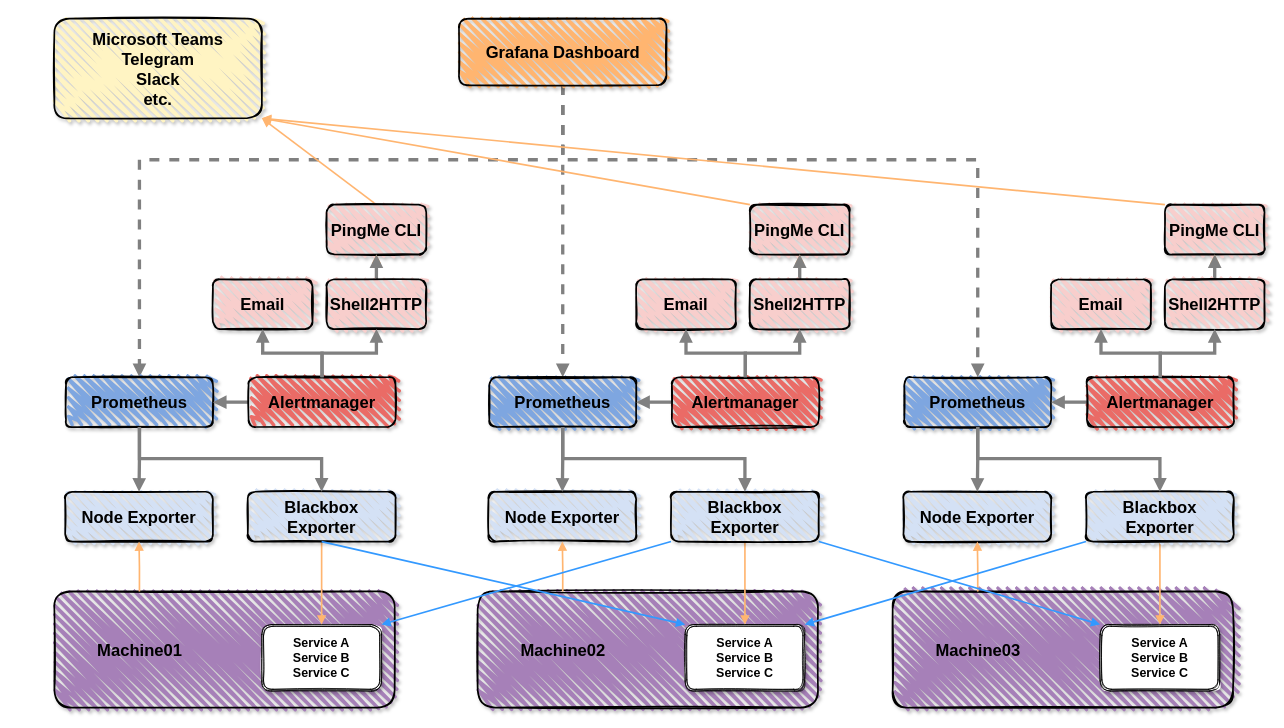
Above: docs/architecture.drawio in matbgn/prommanager (draw.io), before the change. Source tidied: cells renumbered, new cells numbered last; positions are measured from the earlier drawing's top-left corner, leaving out a move shared by most shapes. Both pictures are drawn from the tidied source at 83%, with x=0, y=0 at pixel (54, 18).
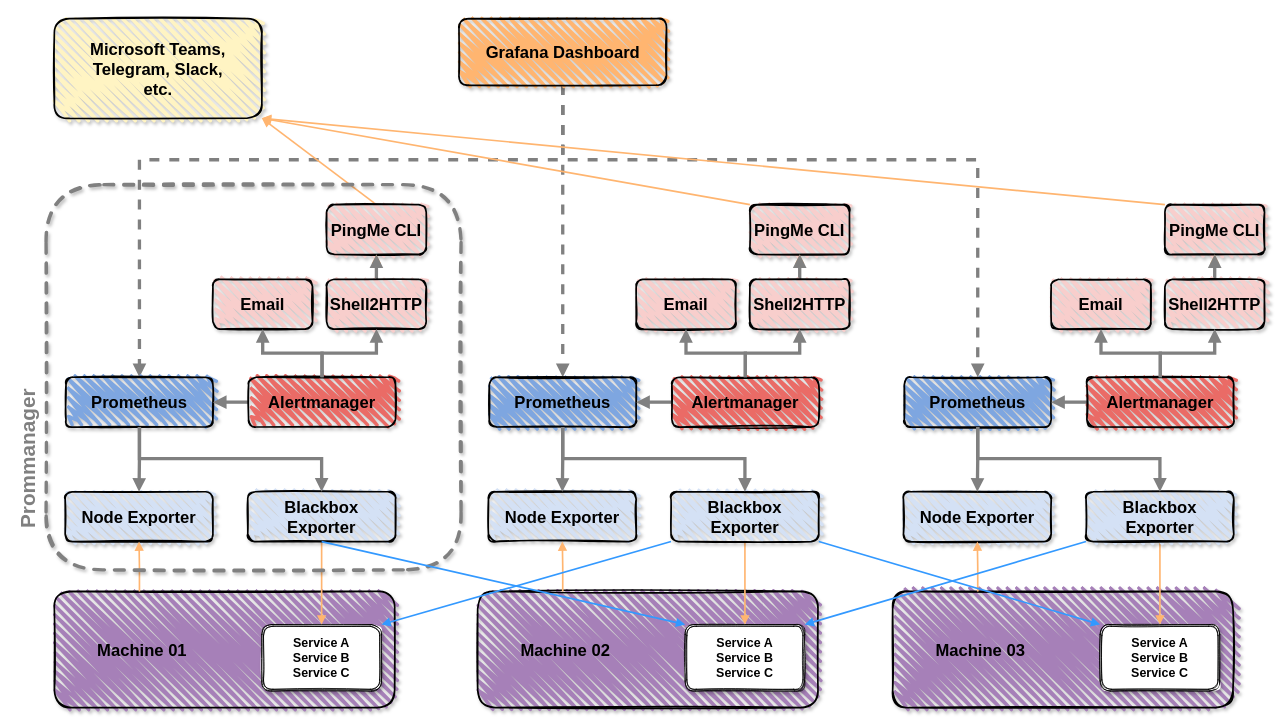
Above is the later version.

Commit message (it also covers changes not shown here):
Update architecture diagram

The change refers to these unchanged cells:
```xml
<mxCell id="15" style="group;" parent="8" vertex="1">
  <mxGeometry y="466" width="410" height="140" as="geometry" />
</mxCell>
<mxCell id="35" style="group;" parent="28" vertex="1">
  <mxGeometry y="466" width="410" height="140" as="geometry" />
</mxCell>
<mxCell id="57" style="group;" parent="50" vertex="1">
  <mxGeometry y="466" width="410" height="140" as="geometry" />
</mxCell>
```

Diff of the diagram source:
```diff
@@
-    <mxCell id="7" value="&lt;span style=&quot;font-size: 20px;&quot;&gt;&lt;b&gt;Microsoft Teams&lt;br&gt;Telegram&lt;br&gt;Slack&lt;br&gt;etc.&lt;br&gt;&lt;/b&gt;&lt;/span&gt;" style="rounded=1;whiteSpace=wrap;html=1;strokeWidth=2;fillWeight=4;hachureGap=8;hachureAngle=45;fillColor=#FFF4C3;sketch=1;shadow=1;glass=0;fillStyle=zigzag;" parent="1" vertex="1">
+    <mxCell id="7" value="&lt;span style=&quot;font-size: 20px;&quot;&gt;&lt;b&gt;Microsoft Teams,&lt;br&gt;Telegram,&amp;nbsp;&lt;/b&gt;&lt;/span&gt;&lt;b style=&quot;font-size: 20px;&quot;&gt;Slack,&lt;/b&gt;&lt;span style=&quot;font-size: 20px;&quot;&gt;&lt;b&gt;&lt;br&gt;etc.&lt;br&gt;&lt;/b&gt;&lt;/span&gt;" style="rounded=1;whiteSpace=wrap;html=1;strokeWidth=2;fillWeight=4;hachureGap=8;hachureAngle=45;fillColor=#FFF4C3;sketch=1;shadow=1;glass=0;fillStyle=zigzag;" parent="1" vertex="1">
       <mxGeometry width="250" height="120" as="geometry" />
     </mxCell>
     <mxCell id="8" style="group;" parent="1" vertex="1">
-      <mxGeometry y="224" width="448" height="606" as="geometry" />
+      <mxGeometry y="224" width="490" height="606" as="geometry" />
     </mxCell>
@@
-    <mxCell id="16" value="&lt;b&gt;&lt;font style=&quot;font-size: 20px;&quot;&gt;Machine01&lt;/font&gt;&lt;/b&gt;" style="rounded=1;whiteSpace=wrap;html=1;strokeWidth=2;fillWeight=4;hachureGap=8;hachureAngle=45;fillColor=#A680B8;sketch=1;shadow=1;glass=0;fillStyle=zigzag;align=left;verticalAlign=middle;labelPosition=center;verticalLabelPosition=middle;spacingTop=0;spacing=2;spacingLeft=50;" parent="15" vertex="1">
+    <mxCell id="16" value="&lt;b&gt;&lt;font style=&quot;font-size: 20px;&quot;&gt;Machine 01&lt;/font&gt;&lt;/b&gt;" style="rounded=1;whiteSpace=wrap;html=1;strokeWidth=2;fillWeight=4;hachureGap=8;hachureAngle=45;fillColor=#A680B8;sketch=1;shadow=1;glass=0;fillStyle=zigzag;align=left;verticalAlign=middle;labelPosition=center;verticalLabelPosition=middle;spacingTop=0;spacing=2;spacingLeft=50;" parent="15" vertex="1">
       <mxGeometry width="410" height="140" as="geometry" />
     </mxCell>
@@
+    <mxCell id="74" value="&lt;b&gt;&lt;font color=&quot;#808080&quot; style=&quot;font-size: 25px;&quot;&gt;Prommanager&lt;/font&gt;&lt;/b&gt;" style="rounded=1;whiteSpace=wrap;html=1;strokeWidth=4;fillWeight=4;hachureGap=8;hachureAngle=45;fillColor=none;sketch=1;shadow=1;glass=0;fillStyle=zigzag;align=right;verticalAlign=bottom;spacing=2;labelPosition=left;verticalLabelPosition=top;dashed=1;strokeColor=#808080;spacingLeft=0;spacingBottom=5;horizontal=0;spacingRight=-220;" parent="8" vertex="1">
+      <mxGeometry x="-10" y="-24" width="500" height="464" as="geometry" />
+    </mxCell>
@@
-    <mxCell id="36" value="&lt;b&gt;&lt;font style=&quot;font-size: 20px;&quot;&gt;Machine02&lt;/font&gt;&lt;/b&gt;" style="rounded=1;whiteSpace=wrap;html=1;strokeWidth=2;fillWeight=4;hachureGap=8;hachureAngle=45;fillColor=#A680B8;sketch=1;shadow=1;glass=0;fillStyle=zigzag;align=left;verticalAlign=middle;labelPosition=center;verticalLabelPosition=middle;spacingTop=0;spacing=2;spacingLeft=50;" parent="35" vertex="1">
+    <mxCell id="36" value="&lt;b&gt;&lt;font style=&quot;font-size: 20px;&quot;&gt;Machine 02&lt;/font&gt;&lt;/b&gt;" style="rounded=1;whiteSpace=wrap;html=1;strokeWidth=2;fillWeight=4;hachureGap=8;hachureAngle=45;fillColor=#A680B8;sketch=1;shadow=1;glass=0;fillStyle=zigzag;align=left;verticalAlign=middle;labelPosition=center;verticalLabelPosition=middle;spacingTop=0;spacing=2;spacingLeft=50;" parent="35" vertex="1">
       <mxGeometry width="410" height="140" as="geometry" />
     </mxCell>
@@
-    <mxCell id="58" value="&lt;b&gt;&lt;font style=&quot;font-size: 20px;&quot;&gt;Machine03&lt;/font&gt;&lt;/b&gt;" style="rounded=1;whiteSpace=wrap;html=1;strokeWidth=2;fillWeight=4;hachureGap=8;hachureAngle=45;fillColor=#A680B8;sketch=1;shadow=1;glass=0;fillStyle=zigzag;align=left;verticalAlign=middle;labelPosition=center;verticalLabelPosition=middle;spacingTop=0;spacing=2;spacingLeft=50;" parent="57" vertex="1">
+    <mxCell id="58" value="&lt;b&gt;&lt;font style=&quot;font-size: 20px;&quot;&gt;Machine 03&lt;/font&gt;&lt;/b&gt;" style="rounded=1;whiteSpace=wrap;html=1;strokeWidth=2;fillWeight=4;hachureGap=8;hachureAngle=45;fillColor=#A680B8;sketch=1;shadow=1;glass=0;fillStyle=zigzag;align=left;verticalAlign=middle;labelPosition=center;verticalLabelPosition=middle;spacingTop=0;spacing=2;spacingLeft=50;" parent="57" vertex="1">
       <mxGeometry width="410" height="140" as="geometry" />
     </mxCell>
```
